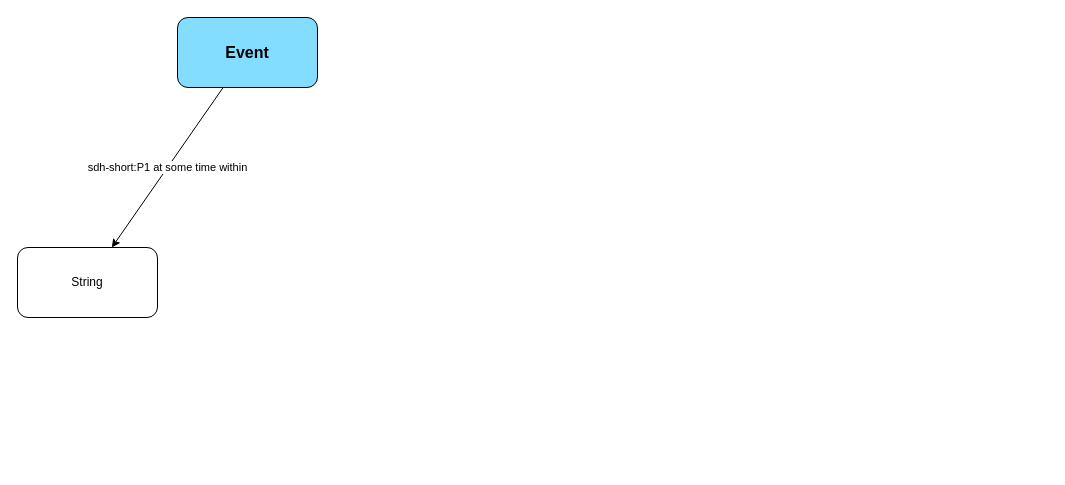
Earlier version of the draw.io diagram page "Dates" (1 of 3) of documentation/value_diagrams.drawio (lod4hss-semantics/SDHSS-modelling-best-practices). Source tidied: cells renumbered, new cells numbered last; positions are measured from the earlier drawing's top-left corner, leaving out a move shared by most shapes. Both pictures are drawn from the tidied source at 100%, with x=0, y=0 at pixel (17, 17).
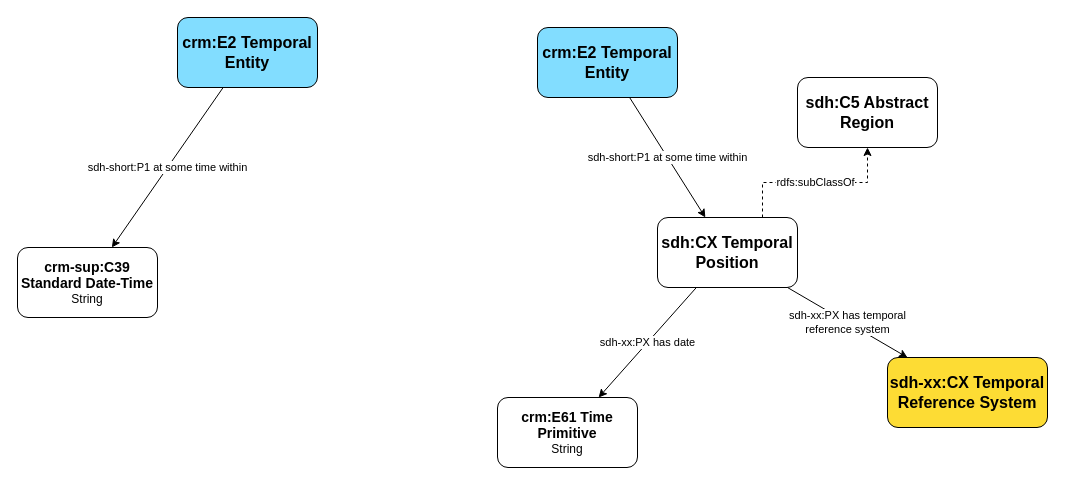
After the change.

The edit, as a diff of the source:
```diff
@@
 <mxGraphModel>
   <root>
     <mxCell id="0" />
     <mxCell id="1" parent="0" />
-    <mxCell id="2" value="Event" style="rounded=1;whiteSpace=wrap;html=1;fillColor=#82ddff;fontSize=16;fontStyle=1;" parent="1" vertex="1">
+    <mxCell id="2" value="crm:E2 Temporal Entity" style="rounded=1;whiteSpace=wrap;html=1;fillColor=#82ddff;fontSize=16;fontStyle=1;" parent="1" vertex="1">
       <mxGeometry x="160" width="140" height="70" as="geometry" />
     </mxCell>
-    <mxCell id="3" value="String" style="rounded=1;whiteSpace=wrap;html=1;" parent="1" vertex="1">
+    <mxCell id="3" value="&lt;div&gt;&lt;b&gt;&lt;font style=&quot;font-size: 14px;&quot;&gt;crm-sup:C39 Standard Date-Time&lt;/font&gt;&lt;/b&gt;&lt;/div&gt;String" style="rounded=1;whiteSpace=wrap;html=1;" parent="1" vertex="1">
       <mxGeometry y="230" width="140" height="70" as="geometry" />
     </mxCell>
     <mxCell id="4" value="sdh-short:P1 at some time within" style="endArrow=classic;html=1;" parent="1" edge="1" source="2" target="3">
       <mxGeometry relative="1" as="geometry" />
     </mxCell>
+    <mxCell id="5" value="crm:E2 Temporal Entity" style="rounded=1;whiteSpace=wrap;html=1;fillColor=#82ddff;fontSize=16;fontStyle=1;" parent="1" vertex="1">
+      <mxGeometry x="520" y="10" width="140" height="70" as="geometry" />
+    </mxCell>
+    <mxCell id="6" value="&lt;div&gt;&lt;span style=&quot;background-color: transparent;&quot;&gt;&lt;span style=&quot;font-size: 14px;&quot;&gt;&lt;b&gt;crm:E61 Time Primitive&lt;/b&gt;&lt;/span&gt;&lt;/span&gt;&lt;/div&gt;&lt;div&gt;&lt;span style=&quot;background-color: transparent;&quot;&gt;String&lt;/span&gt;&lt;/div&gt;" style="rounded=1;whiteSpace=wrap;html=1;" parent="1" vertex="1">
+      <mxGeometry x="480" y="380" width="140" height="70" as="geometry" />
+    </mxCell>
+    <mxCell id="7" value="sdh-short:P1 at some time within" style="endArrow=classic;html=1;" parent="1" edge="1" source="5" target="9">
+      <mxGeometry relative="1" as="geometry" />
+    </mxCell>
+    <mxCell id="8" value="sdh:C5 Abstract Region" style="rounded=1;whiteSpace=wrap;html=1;fontSize=16;fontStyle=1;" parent="1" vertex="1">
+      <mxGeometry x="780" y="60" width="140" height="70" as="geometry" />
+    </mxCell>
+    <mxCell id="9" value="sdh:CX Temporal Position" style="rounded=1;whiteSpace=wrap;html=1;fontSize=16;fontStyle=1;" parent="1" vertex="1">
+      <mxGeometry x="640" y="200" width="140" height="70" as="geometry" />
+    </mxCell>
+    <mxCell id="10" value="rdfs:subClassOf" style="endArrow=classic;html=1;edgeStyle=orthogonalEdgeStyle;rounded=0;curved=0;dashed=1;exitX=0.75;exitY=0;exitDx=0;exitDy=0;" parent="1" edge="1" source="9" target="8">
+      <mxGeometry relative="1" as="geometry" />
+    </mxCell>
+    <mxCell id="11" value="sdh-xx:CX Temporal Reference System" style="rounded=1;whiteSpace=wrap;html=1;fillColor=#fddc34;fontSize=16;fontStyle=1;" parent="1" vertex="1">
+      <mxGeometry x="870" y="340" width="160" height="70" as="geometry" />
+    </mxCell>
+    <mxCell id="12" value="sdh-xx:PX has temporal&lt;div&gt;reference system&lt;/div&gt;" style="endArrow=classic;html=1;" parent="1" edge="1" source="9" target="11">
+      <mxGeometry relative="1" as="geometry" />
+    </mxCell>
+    <mxCell id="13" value="sdh-xx:PX has date" style="endArrow=classic;html=1;" parent="1" edge="1" source="9" target="6">
+      <mxGeometry relative="1" as="geometry" />
+    </mxCell>
   </root>
 </mxGraphModel>
```
